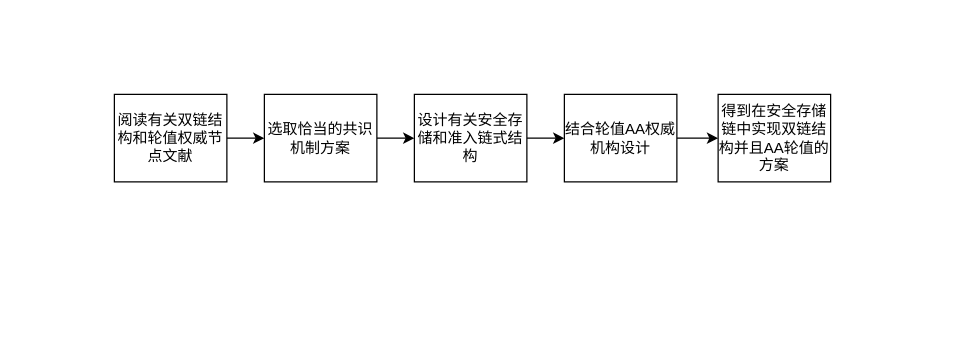
ScauMadLife/BlockChain keeps this draw.io diagram as 双链+轮值技术路线图.drawio. Above is the earlier version. Source tidied: cells renumbered, new cells numbered last; positions are measured from the earlier drawing's top-left corner, leaving out a move shared by most shapes. Both pictures are drawn from the tidied source at 125%, with x=0, y=0 at pixel (114, 94). Pictures stored in the file or linked from it are replaced by grey dashed boxes.
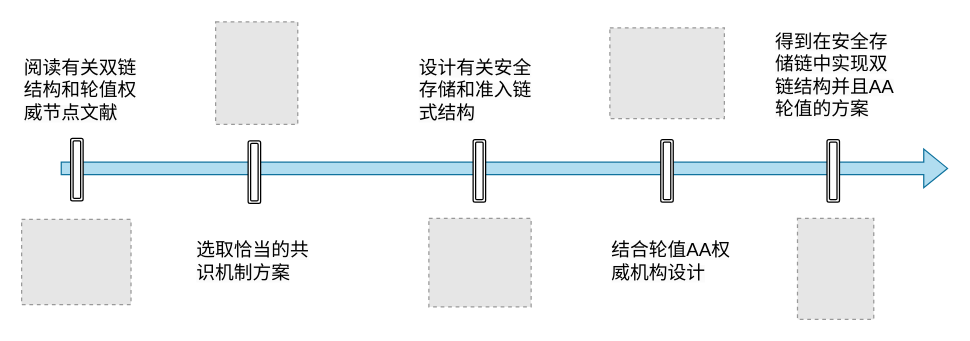
The same diagram, later.

Commit message:
更新双链+轮值技术路线图.drawio

Diff of the diagram source:
```diff
@@
 <mxGraphModel>
   <root>
     <mxCell id="0" />
     <mxCell id="1" parent="0" />
-    <mxCell id="2" style="edgeStyle=orthogonalEdgeStyle;rounded=0;jettySize=auto;html=1;" parent="1" edge="1" source="3" target="5">
-      <mxGeometry relative="1" as="geometry" />
-    </mxCell>
+    <mxCell id="11" style="shape=flexArrow;endArrow=classic;html=1;rounded=0;fillColor=#b1ddf0;strokeColor=#10739e;" parent="1" edge="1">
+      <mxGeometry relative="1" as="geometry">
+        <mxPoint x="-43" y="59.2" as="sourcePoint" />
+        <mxPoint x="667" y="59.2" as="targetPoint" />
+      </mxGeometry>
+    </mxCell>
+    <mxCell id="12" style="shape=ext;double=1;rounded=1;whiteSpace=wrap;html=1;" parent="1" vertex="1">
+      <mxGeometry x="-35" y="35.2" width="10" height="50" as="geometry" />
+    </mxCell>
+    <mxCell id="13" style="shape=ext;double=1;rounded=1;whiteSpace=wrap;html=1;" parent="1" vertex="1">
+      <mxGeometry x="437.1" y="36.2" width="10" height="50" as="geometry" />
+    </mxCell>
+    <mxCell id="14" style="shape=ext;double=1;rounded=1;whiteSpace=wrap;html=1;" parent="1" vertex="1">
+      <mxGeometry x="570.1" y="36.2" width="10" height="50" as="geometry" />
+    </mxCell>
+    <mxCell id="15" style="shape=ext;double=1;rounded=1;whiteSpace=wrap;html=1;" parent="1" vertex="1">
+      <mxGeometry x="107" y="37.2" width="10" height="50" as="geometry" />
+    </mxCell>
+    <mxCell id="16" style="shape=ext;double=1;rounded=1;whiteSpace=wrap;html=1;" parent="1" vertex="1">
+      <mxGeometry x="287" y="36.2" width="10" height="50" as="geometry" />
+    </mxCell>
+    <mxCell id="17" style="fillColor=#E6E6E6;strokeColor=#999999;dashed=1;verticalLabelPosition=bottom;labelBackgroundColor=default;verticalAlign=top;" parent="1" vertex="1">
+      <mxGeometry x="-74.2" y="100" width="87.5" height="68.2" as="geometry" />
+    </mxCell>
-    <mxCell id="3" value="阅读有关双链结构和轮值权威节点文献" style="rounded=0;whiteSpace=wrap;html=1;" parent="1" vertex="1">
-      <mxGeometry width="90" height="70" as="geometry" />
+    <mxCell id="3" value="&lt;span style=&quot;color: rgb(0, 0, 0); font-family: Helvetica; font-style: normal; font-variant-ligatures: normal; font-variant-caps: normal; font-weight: 400; letter-spacing: normal; orphans: 2; text-align: center; text-indent: 0px; text-transform: none; widows: 2; word-spacing: 0px; -webkit-text-stroke-width: 0px; background-color: rgb(251, 251, 251); text-decoration-thickness: initial; text-decoration-style: initial; text-decoration-color: initial; float: none; display: inline !important;&quot;&gt;&lt;font style=&quot;font-size: 15px;&quot;&gt;阅读有关双链结构和轮值权威节点文献&lt;/font&gt;&lt;/span&gt;" style="text;whiteSpace=wrap;html=1;" parent="1" vertex="1">
+      <mxGeometry x="-74.2" y="-37" width="100" height="40" as="geometry" />
     </mxCell>
-    <mxCell id="4" style="edgeStyle=orthogonalEdgeStyle;rounded=0;jettySize=auto;html=1;" parent="1" edge="1" source="5" target="7">
-      <mxGeometry relative="1" as="geometry" />
-    </mxCell>
-    <mxCell id="5" value="选取恰当的共识机制方案" style="rounded=0;whiteSpace=wrap;html=1;" parent="1" vertex="1">
-      <mxGeometry x="120" width="90" height="70" as="geometry" />
+    <mxCell id="5" value="&lt;span style=&quot;color: rgb(0, 0, 0); font-family: Helvetica; font-style: normal; font-variant-ligatures: normal; font-variant-caps: normal; font-weight: 400; letter-spacing: normal; orphans: 2; text-align: center; text-indent: 0px; text-transform: none; widows: 2; word-spacing: 0px; -webkit-text-stroke-width: 0px; background-color: rgb(251, 251, 251); text-decoration-thickness: initial; text-decoration-style: initial; text-decoration-color: initial; float: none; display: inline !important;&quot;&gt;&lt;font style=&quot;font-size: 15px;&quot;&gt;选取恰当的共识机制方案&lt;/font&gt;&lt;/span&gt;" style="text;whiteSpace=wrap;html=1;" parent="1" vertex="1">
+      <mxGeometry x="63.8" y="109.2" width="100" height="40" as="geometry" />
     </mxCell>
-    <mxCell id="6" style="edgeStyle=orthogonalEdgeStyle;rounded=0;jettySize=auto;html=1;" parent="1" edge="1" source="7" target="9">
-      <mxGeometry relative="1" as="geometry" />
-    </mxCell>
-    <mxCell id="7" value="设计有关安全存储和准入链式结构" style="rounded=0;whiteSpace=wrap;html=1;" parent="1" vertex="1">
-      <mxGeometry x="240" width="90" height="70" as="geometry" />
+    <mxCell id="7" value="&lt;span style=&quot;color: rgb(0, 0, 0); font-family: Helvetica; font-style: normal; font-variant-ligatures: normal; font-variant-caps: normal; font-weight: 400; letter-spacing: normal; orphans: 2; text-align: center; text-indent: 0px; text-transform: none; widows: 2; word-spacing: 0px; -webkit-text-stroke-width: 0px; background-color: rgb(251, 251, 251); text-decoration-thickness: initial; text-decoration-style: initial; text-decoration-color: initial; float: none; display: inline !important;&quot;&gt;&lt;font style=&quot;font-size: 15px;&quot;&gt;设计有关安全存储和准入链式结构&lt;/font&gt;&lt;/span&gt;" style="text;whiteSpace=wrap;html=1;" parent="1" vertex="1">
+      <mxGeometry x="242" y="-37" width="100" height="40" as="geometry" />
     </mxCell>
-    <mxCell id="8" style="edgeStyle=orthogonalEdgeStyle;rounded=0;jettySize=auto;html=1;" parent="1" edge="1" source="9" target="10">
-      <mxGeometry relative="1" as="geometry" />
-    </mxCell>
-    <mxCell id="9" value="结合轮值AA权威机构设计" style="rounded=0;whiteSpace=wrap;html=1;" parent="1" vertex="1">
-      <mxGeometry x="360" width="90" height="70" as="geometry" />
+    <mxCell id="9" value="&lt;span style=&quot;color: rgb(0, 0, 0); font-family: Helvetica; font-style: normal; font-variant-ligatures: normal; font-variant-caps: normal; font-weight: 400; letter-spacing: normal; orphans: 2; text-align: center; text-indent: 0px; text-transform: none; widows: 2; word-spacing: 0px; -webkit-text-stroke-width: 0px; background-color: rgb(251, 251, 251); text-decoration-thickness: initial; text-decoration-style: initial; text-decoration-color: initial; float: none; display: inline !important;&quot;&gt;&lt;font style=&quot;font-size: 15px;&quot;&gt;结合轮值AA权威机构设计&lt;/font&gt;&lt;/span&gt;" style="text;whiteSpace=wrap;html=1;" parent="1" vertex="1">
+      <mxGeometry x="396.4" y="109.2" width="100" height="40" as="geometry" />
     </mxCell>
-    <mxCell id="10" value="得到在安全存储链中实现双链结构并且AA轮值的方案" style="rounded=0;whiteSpace=wrap;html=1;" parent="1" vertex="1">
-      <mxGeometry x="483" width="90" height="70" as="geometry" />
+    <mxCell id="10" value="&lt;span style=&quot;color: rgb(0, 0, 0); font-family: Helvetica; font-style: normal; font-variant-ligatures: normal; font-variant-caps: normal; font-weight: 400; letter-spacing: normal; orphans: 2; text-align: center; text-indent: 0px; text-transform: none; widows: 2; word-spacing: 0px; -webkit-text-stroke-width: 0px; background-color: rgb(251, 251, 251); text-decoration-thickness: initial; text-decoration-style: initial; text-decoration-color: initial; float: none; display: inline !important;&quot;&gt;&lt;font style=&quot;font-size: 15px;&quot;&gt;得到在安全存储链中实现双链结构并且AA轮值的方案&lt;/font&gt;&lt;/span&gt;" style="text;whiteSpace=wrap;html=1;" parent="1" vertex="1">
+      <mxGeometry x="527" y="-58" width="100" height="30.8" as="geometry" />
     </mxCell>
+    <mxCell id="18" style="fillColor=#E6E6E6;strokeColor=#999999;dashed=1;verticalLabelPosition=bottom;labelBackgroundColor=default;verticalAlign=top;" parent="1" vertex="1">
+      <mxGeometry x="396.4" y="-53.2" width="91.6" height="72.5" as="geometry" />
+    </mxCell>
+    <mxCell id="19" style="fillColor=#E6E6E6;strokeColor=#999999;dashed=1;verticalLabelPosition=bottom;labelBackgroundColor=default;verticalAlign=top;" parent="1" vertex="1">
+      <mxGeometry x="81" y="-58" width="65.7" height="82" as="geometry" />
+    </mxCell>
+    <mxCell id="20" style="fillColor=#E6E6E6;strokeColor=#999999;dashed=1;verticalLabelPosition=bottom;labelBackgroundColor=default;verticalAlign=top;" parent="1" vertex="1">
+      <mxGeometry x="251.6" y="99.2" width="81.8" height="70.8" as="geometry" />
+    </mxCell>
+    <mxCell id="21" style="fillColor=#E6E6E6;strokeColor=#999999;dashed=1;verticalLabelPosition=bottom;labelBackgroundColor=default;verticalAlign=top;" parent="1" vertex="1">
+      <mxGeometry x="546.5" y="99.2" width="61" height="80.8" as="geometry" />
+    </mxCell>
   </root>
 </mxGraphModel>
```
